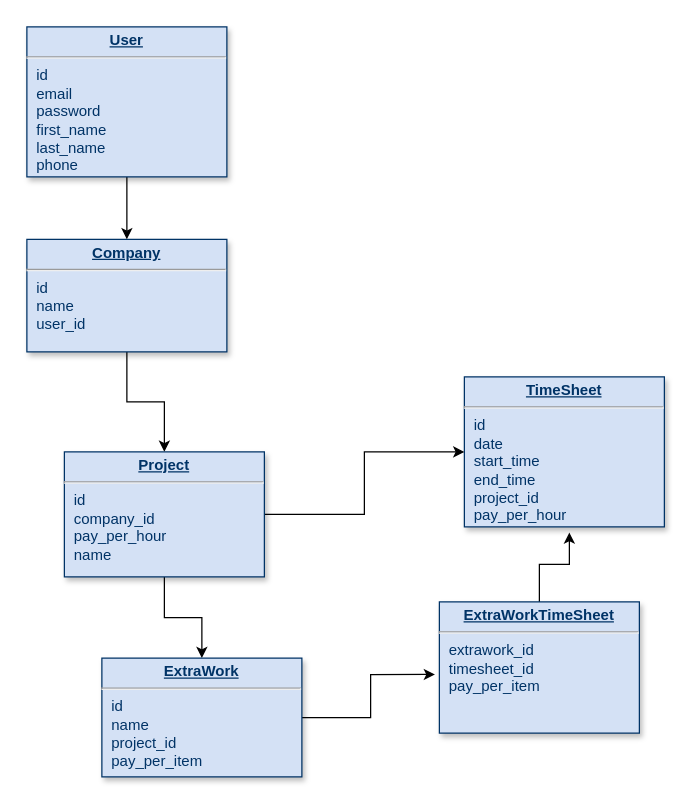
MohammadMirsafaei/work-time-tracker keeps this draw.io diagram as diagram.drawio. Above is the earlier version. Source tidied: cells renumbered, new cells numbered last; positions are measured from the earlier drawing's top-left corner, leaving out a move shared by most shapes. Both pictures are drawn from the tidied source at 125%, with x=0, y=0 at pixel (26, 26).
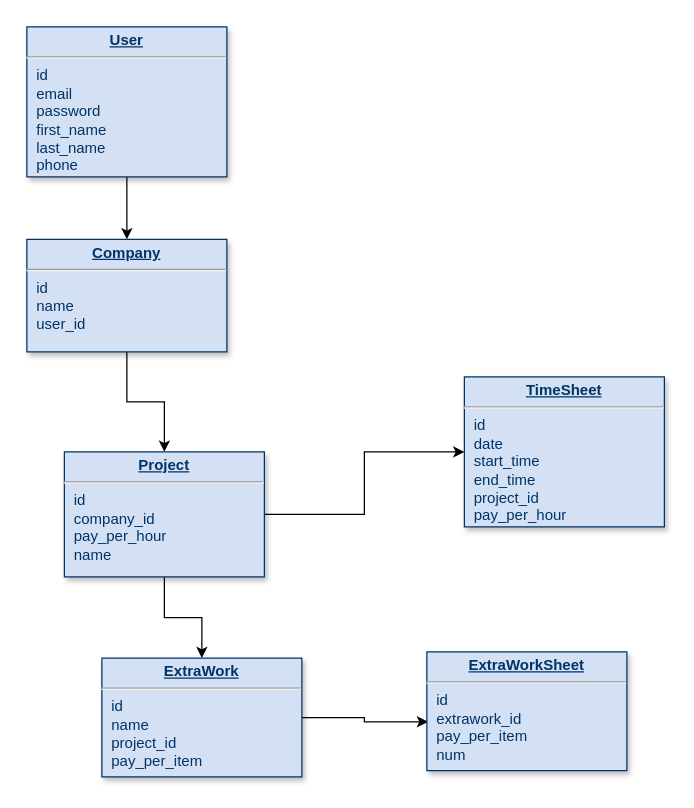
The same diagram, later.

What changed in the source:
```diff
@@
 <mxGraphModel background="#ffffff">
   <root>
     <mxCell id="0" />
     <mxCell id="1" parent="0" />
     <mxCell id="2" value="&lt;p style=&quot;margin: 0px ; margin-top: 4px ; text-align: center ; text-decoration: underline&quot;&gt;&lt;b&gt;TimeSheet&lt;/b&gt;&lt;/p&gt;&lt;hr&gt;&lt;p style=&quot;margin: 0px ; margin-left: 8px&quot;&gt;id&lt;/p&gt;&lt;p style=&quot;margin: 0px ; margin-left: 8px&quot;&gt;date&lt;/p&gt;&lt;p style=&quot;margin: 0px ; margin-left: 8px&quot;&gt;start_time&lt;/p&gt;&lt;p style=&quot;margin: 0px ; margin-left: 8px&quot;&gt;end_time&lt;/p&gt;&lt;p style=&quot;margin: 0px ; margin-left: 8px&quot;&gt;project_id&lt;/p&gt;&lt;p style=&quot;margin: 0px ; margin-left: 8px&quot;&gt;pay_per_hour&lt;/p&gt;" style="verticalAlign=top;align=left;overflow=fill;fontSize=12;fontFamily=Helvetica;html=1;strokeColor=#003366;shadow=1;fillColor=#D4E1F5;fontColor=#003366;" parent="1" vertex="1">
       <mxGeometry x="350" y="280" width="160" height="120" as="geometry" />
     </mxCell>
     <mxCell id="3" style="edgeStyle=orthogonalEdgeStyle;rounded=0;jettySize=auto;html=1;" parent="1" edge="1" source="4" target="7">
       <mxGeometry relative="1" as="geometry" />
     </mxCell>
     <mxCell id="4" value="&lt;p style=&quot;margin: 0px ; margin-top: 4px ; text-align: center ; text-decoration: underline&quot;&gt;&lt;strong&gt;Company&lt;/strong&gt;&lt;/p&gt;&lt;hr&gt;&lt;p style=&quot;margin: 0px ; margin-left: 8px&quot;&gt;id&lt;/p&gt;&lt;p style=&quot;margin: 0px ; margin-left: 8px&quot;&gt;name&lt;/p&gt;&lt;p style=&quot;margin: 0px ; margin-left: 8px&quot;&gt;&lt;span&gt;user_id&lt;/span&gt;&lt;/p&gt;&lt;p style=&quot;margin: 0px ; margin-left: 8px&quot;&gt;&lt;br&gt;&lt;/p&gt;" style="verticalAlign=top;align=left;overflow=fill;fontSize=12;fontFamily=Helvetica;html=1;strokeColor=#003366;shadow=1;fillColor=#D4E1F5;fontColor=#003366;" parent="1" vertex="1">
       <mxGeometry y="170" width="160" height="90" as="geometry" />
     </mxCell>
     <mxCell id="5" style="edgeStyle=orthogonalEdgeStyle;rounded=0;jettySize=auto;html=1;entryX=0;entryY=0.5;entryDx=0;entryDy=0;" parent="1" edge="1" source="7" target="2">
       <mxGeometry relative="1" as="geometry" />
     </mxCell>
     <mxCell id="6" style="edgeStyle=orthogonalEdgeStyle;rounded=0;jettySize=auto;html=1;" parent="1" edge="1" source="7" target="11">
       <mxGeometry relative="1" as="geometry" />
     </mxCell>
     <mxCell id="7" value="&lt;p style=&quot;margin: 0px ; margin-top: 4px ; text-align: center ; text-decoration: underline&quot;&gt;&lt;strong&gt;Project&lt;/strong&gt;&lt;/p&gt;&lt;hr&gt;&lt;p style=&quot;margin: 0px ; margin-left: 8px&quot;&gt;id&lt;/p&gt;&lt;p style=&quot;margin: 0px ; margin-left: 8px&quot;&gt;company_id&lt;/p&gt;&lt;p style=&quot;margin: 0px ; margin-left: 8px&quot;&gt;pay_per_hour&lt;/p&gt;&lt;p style=&quot;margin: 0px ; margin-left: 8px&quot;&gt;name&lt;/p&gt;" style="verticalAlign=top;align=left;overflow=fill;fontSize=12;fontFamily=Helvetica;html=1;strokeColor=#003366;shadow=1;fillColor=#D4E1F5;fontColor=#003366;" parent="1" vertex="1">
       <mxGeometry x="30" y="340" width="160" height="100" as="geometry" />
     </mxCell>
     <mxCell id="8" style="edgeStyle=orthogonalEdgeStyle;rounded=0;jettySize=auto;html=1;entryX=0.5;entryY=0;entryDx=0;entryDy=0;" parent="1" edge="1" source="9" target="4">
       <mxGeometry relative="1" as="geometry" />
     </mxCell>
     <mxCell id="9" value="&lt;p style=&quot;margin: 0px ; margin-top: 4px ; text-align: center ; text-decoration: underline&quot;&gt;&lt;strong&gt;User&lt;/strong&gt;&lt;/p&gt;&lt;hr&gt;&lt;p style=&quot;margin: 0px ; margin-left: 8px&quot;&gt;id&lt;/p&gt;&lt;p style=&quot;margin: 0px ; margin-left: 8px&quot;&gt;email&lt;/p&gt;&lt;p style=&quot;margin: 0px ; margin-left: 8px&quot;&gt;password&lt;/p&gt;&lt;p style=&quot;margin: 0px ; margin-left: 8px&quot;&gt;first_name&lt;/p&gt;&lt;p style=&quot;margin: 0px ; margin-left: 8px&quot;&gt;last_name&lt;/p&gt;&lt;p style=&quot;margin: 0px ; margin-left: 8px&quot;&gt;phone&lt;/p&gt;" style="verticalAlign=top;align=left;overflow=fill;fontSize=12;fontFamily=Helvetica;html=1;strokeColor=#003366;shadow=1;fillColor=#D4E1F5;fontColor=#003366;" parent="1" vertex="1">
       <mxGeometry width="160" height="120" as="geometry" />
     </mxCell>
-    <mxCell id="10" style="edgeStyle=orthogonalEdgeStyle;rounded=0;jettySize=auto;html=1;entryX=-0.022;entryY=0.553;entryDx=0;entryDy=0;entryPerimeter=0;" parent="1" edge="1" source="11" target="13">
-      <mxGeometry relative="1" as="geometry" />
-    </mxCell>
+    <mxCell id="14" style="edgeStyle=orthogonalEdgeStyle;rounded=0;jettySize=auto;html=1;entryX=0.006;entryY=0.589;entryDx=0;entryDy=0;entryPerimeter=0;" parent="1" edge="1" source="11" target="15">
+      <mxGeometry relative="1" as="geometry" />
+    </mxCell>
     <mxCell id="11" value="&lt;p style=&quot;margin: 0px ; margin-top: 4px ; text-align: center ; text-decoration: underline&quot;&gt;&lt;b&gt;ExtraWork&lt;/b&gt;&lt;/p&gt;&lt;hr&gt;&lt;p style=&quot;margin: 0px ; margin-left: 8px&quot;&gt;id&lt;/p&gt;&lt;p style=&quot;margin: 0px ; margin-left: 8px&quot;&gt;name&lt;/p&gt;&lt;p style=&quot;margin: 0px ; margin-left: 8px&quot;&gt;project_id&lt;/p&gt;&lt;p style=&quot;margin: 0px ; margin-left: 8px&quot;&gt;pay_per_item&lt;/p&gt;" style="verticalAlign=top;align=left;overflow=fill;fontSize=12;fontFamily=Helvetica;html=1;strokeColor=#003366;shadow=1;fillColor=#D4E1F5;fontColor=#003366;" parent="1" vertex="1">
       <mxGeometry x="60" y="505" width="160" height="95" as="geometry" />
     </mxCell>
-    <mxCell id="12" style="edgeStyle=orthogonalEdgeStyle;rounded=0;jettySize=auto;html=1;entryX=0.525;entryY=1.038;entryDx=0;entryDy=0;entryPerimeter=0;" parent="1" edge="1" source="13" target="2">
-      <mxGeometry relative="1" as="geometry" />
-    </mxCell>
-    <mxCell id="13" value="&lt;p style=&quot;margin: 0px ; margin-top: 4px ; text-align: center ; text-decoration: underline&quot;&gt;&lt;b&gt;ExtraWorkTimeSheet&lt;/b&gt;&lt;/p&gt;&lt;hr&gt;&lt;p style=&quot;margin: 0px ; margin-left: 8px&quot;&gt;&lt;span&gt;extrawork_id&lt;/span&gt;&lt;br&gt;&lt;/p&gt;&lt;p style=&quot;margin: 0px ; margin-left: 8px&quot;&gt;&lt;span&gt;timesheet_id&lt;/span&gt;&lt;/p&gt;&lt;p style=&quot;margin: 0px ; margin-left: 8px&quot;&gt;pay_per_item&lt;/p&gt;" style="verticalAlign=top;align=left;overflow=fill;fontSize=12;fontFamily=Helvetica;html=1;strokeColor=#003366;shadow=1;fillColor=#D4E1F5;fontColor=#003366;" parent="1" vertex="1">
-      <mxGeometry x="330" y="460" width="160" height="105" as="geometry" />
-    </mxCell>
+    <mxCell id="15" value="&lt;p style=&quot;margin: 0px ; margin-top: 4px ; text-align: center ; text-decoration: underline&quot;&gt;&lt;b&gt;ExtraWorkSheet&lt;/b&gt;&lt;/p&gt;&lt;hr&gt;&lt;p style=&quot;margin: 0px ; margin-left: 8px&quot;&gt;id&lt;/p&gt;&lt;p style=&quot;margin: 0px ; margin-left: 8px&quot;&gt;&lt;span&gt;extrawork_id&lt;/span&gt;&lt;/p&gt;&lt;p style=&quot;margin: 0px ; margin-left: 8px&quot;&gt;&lt;span&gt;pay_per_item&lt;/span&gt;&lt;br&gt;&lt;/p&gt;&lt;p style=&quot;margin: 0px ; margin-left: 8px&quot;&gt;num&lt;/p&gt;" style="verticalAlign=top;align=left;overflow=fill;fontSize=12;fontFamily=Helvetica;html=1;strokeColor=#003366;shadow=1;fillColor=#D4E1F5;fontColor=#003366;" parent="1" vertex="1">
+      <mxGeometry x="320" y="500" width="160" height="95" as="geometry" />
+    </mxCell>
   </root>
 </mxGraphModel>
```
